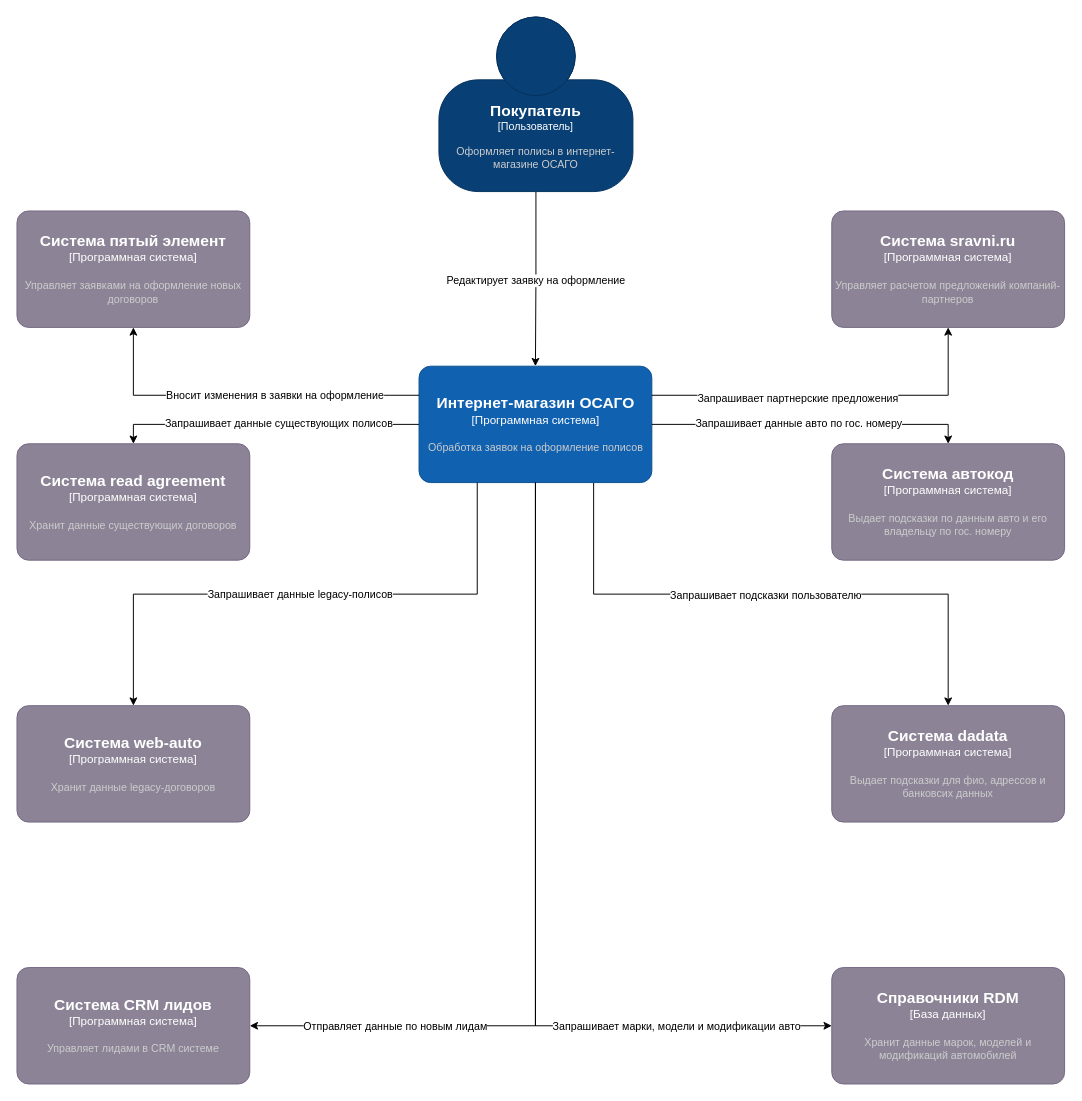
Earlier version of the draw.io diagram health/ИМ ОСАГО диаграмма контекста.drawio (akimsavvin/drawio). Source tidied: cells renumbered, new cells numbered last; positions are measured from the earlier drawing's top-left corner, leaving out a move shared by most shapes. Both pictures are drawn from the tidied source at 97%, with x=0, y=0 at pixel (16, 16).
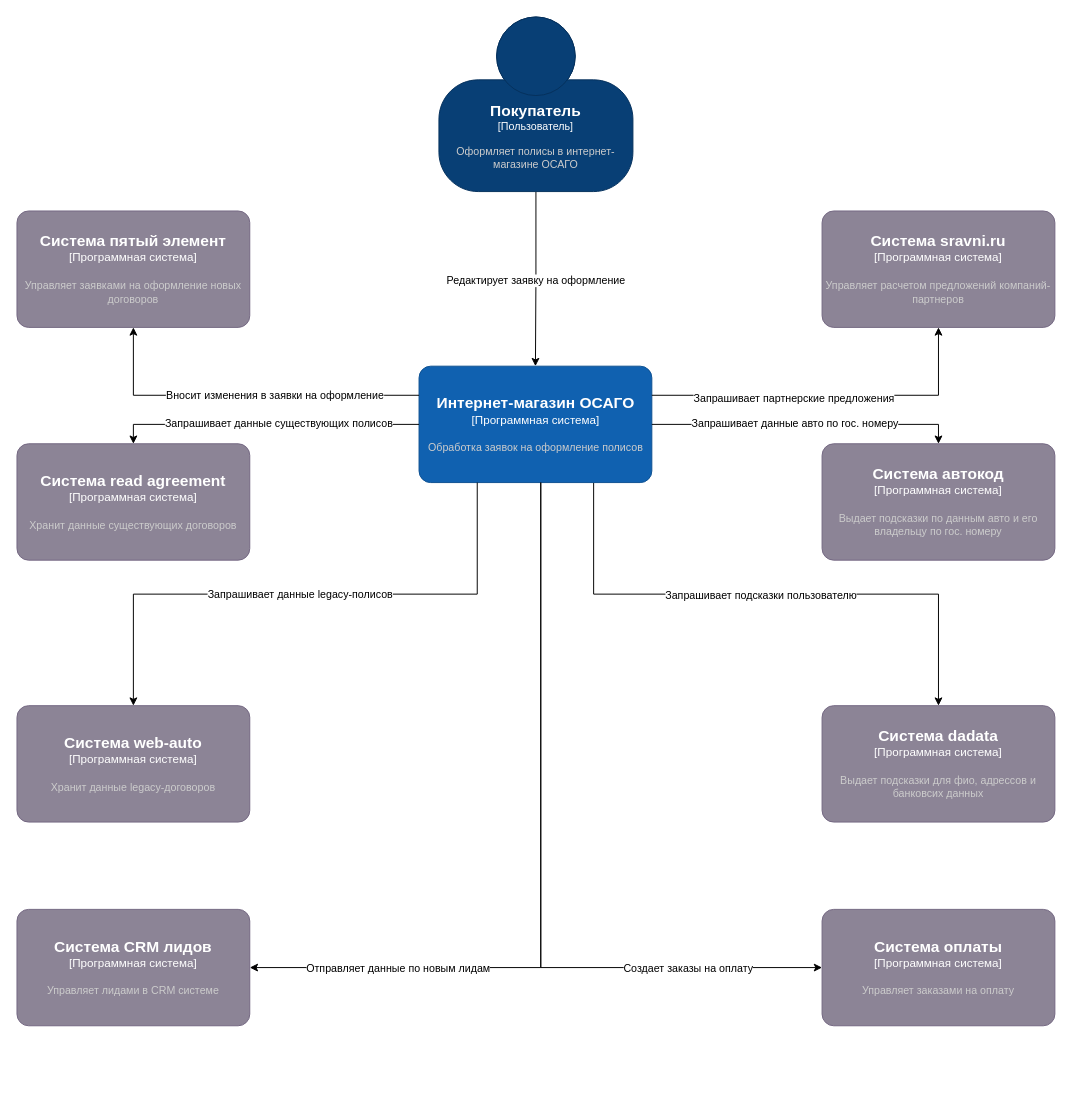
Above is the later version.

The change refers to these unchanged cells:
```xml
<object id="7" label="&lt;font style=&quot;font-size: 16px&quot;&gt;&lt;b&gt;%c4Name%&lt;/b&gt;&lt;/font&gt;&lt;div&gt;[%c4Type%]&lt;/div&gt;&lt;br&gt;&lt;div&gt;&lt;font style=&quot;font-size: 11px&quot;&gt;&lt;font color=&quot;#cccccc&quot;&gt;%c4Description%&lt;/font&gt;&lt;/div&gt;" c4Description="Обработка заявок на оформление полисов" c4Name="Интернет-магазин ОСАГО" c4Type="Программная система" placeholders="1">
  <mxCell style="rounded=1;whiteSpace=wrap;html=1;labelBackgroundColor=none;fillColor=#1061B0;fontColor=#ffffff;align=center;arcSize=10;strokeColor=#0D5091;points=[[0.25,0,0],[0.5,0,0],[0.75,0,0],[1,0.25,0],[1,0.5,0],[1,0.75,0],[0.75,1,0],[0.5,1,0],[0.25,1,0],[0,0.75,0],[0,0.5,0],[0,0.25,0]];" parent="1" vertex="1">
    <mxGeometry x="414.5" y="360" width="240" height="120" as="geometry" />
  </mxCell>
</object>
```

The edit, as a diff of the source:
```diff
@@
     <object id="9" label="&lt;font style=&quot;font-size: 16px&quot;&gt;&lt;b&gt;%c4Name%&lt;/b&gt;&lt;/font&gt;&lt;div&gt;[%c4Type%]&lt;/div&gt;&lt;br&gt;&lt;div&gt;&lt;font style=&quot;font-size: 11px&quot;&gt;&lt;font color=&quot;#cccccc&quot;&gt;%c4Description%&lt;/font&gt;&lt;/div&gt;" c4Description="Управляет расчетом предложений компаний-партнеров" c4Name="Система sravni.ru" c4Type="Программная система" placeholders="1">
       <mxCell style="rounded=1;whiteSpace=wrap;html=1;labelBackgroundColor=none;fillColor=#8C8496;fontColor=#ffffff;align=center;arcSize=10;strokeColor=#736782;points=[[0.25,0,0],[0.5,0,0],[0.75,0,0],[1,0.25,0],[1,0.5,0],[1,0.75,0],[0.75,1,0],[0.5,1,0],[0.25,1,0],[0,0.75,0],[0,0.5,0],[0,0.25,0]];" parent="1" vertex="1">
-        <mxGeometry x="840" y="200" width="240" height="120" as="geometry" />
+        <mxGeometry x="830" y="200" width="240" height="120" as="geometry" />
       </mxCell>
     </object>
@@
     <object id="11" label="&lt;font style=&quot;font-size: 16px&quot;&gt;&lt;b&gt;%c4Name%&lt;/b&gt;&lt;/font&gt;&lt;div&gt;[%c4Type%]&lt;/div&gt;&lt;br&gt;&lt;div&gt;&lt;font style=&quot;font-size: 11px&quot;&gt;&lt;font color=&quot;#cccccc&quot;&gt;%c4Description%&lt;/font&gt;&lt;/div&gt;" c4Description="Управляет лидами в CRM системе" c4Name="Система CRM лидов" c4Type="Программная система" placeholders="1">
       <mxCell style="rounded=1;whiteSpace=wrap;html=1;labelBackgroundColor=none;fillColor=#8C8496;fontColor=#ffffff;align=center;arcSize=10;strokeColor=#736782;points=[[0.25,0,0],[0.5,0,0],[0.75,0,0],[1,0.25,0],[1,0.5,0],[1,0.75,0],[0.75,1,0],[0.5,1,0],[0.25,1,0],[0,0.75,0],[0,0.5,0],[0,0.25,0]];" parent="1" vertex="1">
-        <mxGeometry y="980" width="240" height="120" as="geometry" />
+        <mxGeometry y="920" width="240" height="120" as="geometry" />
       </mxCell>
     </object>
@@
     <object id="13" label="&lt;font style=&quot;font-size: 16px&quot;&gt;&lt;b&gt;%c4Name%&lt;/b&gt;&lt;/font&gt;&lt;div&gt;[%c4Type%]&lt;/div&gt;&lt;br&gt;&lt;div&gt;&lt;font style=&quot;font-size: 11px&quot;&gt;&lt;font color=&quot;#cccccc&quot;&gt;%c4Description%&lt;/font&gt;&lt;/div&gt;" c4Description="Выдает подсказки для фио, адрессов и банковсих данных" c4Name="Система dadata" c4Type="Программная система" placeholders="1">
       <mxCell style="rounded=1;whiteSpace=wrap;html=1;labelBackgroundColor=none;fillColor=#8C8496;fontColor=#ffffff;align=center;arcSize=10;strokeColor=#736782;points=[[0.25,0,0],[0.5,0,0],[0.75,0,0],[1,0.25,0],[1,0.5,0],[1,0.75,0],[0.75,1,0],[0.5,1,0],[0.25,1,0],[0,0.75,0],[0,0.5,0],[0,0.25,0]];" parent="1" vertex="1">
-        <mxGeometry x="840" y="710" width="240" height="120" as="geometry" />
+        <mxGeometry x="830" y="710" width="240" height="120" as="geometry" />
       </mxCell>
     </object>
     <object id="14" label="&lt;font style=&quot;font-size: 16px&quot;&gt;&lt;b&gt;%c4Name%&lt;/b&gt;&lt;/font&gt;&lt;div&gt;[%c4Type%]&lt;/div&gt;&lt;br&gt;&lt;div&gt;&lt;font style=&quot;font-size: 11px&quot;&gt;&lt;font color=&quot;#cccccc&quot;&gt;%c4Description%&lt;/font&gt;&lt;/div&gt;" c4Description="Выдает подсказки по данным авто и его владельцу по гос. номеру" c4Name="Система автокод" c4Type="Программная система" placeholders="1">
       <mxCell style="rounded=1;whiteSpace=wrap;html=1;labelBackgroundColor=none;fillColor=#8C8496;fontColor=#ffffff;align=center;arcSize=10;strokeColor=#736782;points=[[0.25,0,0],[0.5,0,0],[0.75,0,0],[1,0.25,0],[1,0.5,0],[1,0.75,0],[0.75,1,0],[0.5,1,0],[0.25,1,0],[0,0.75,0],[0,0.5,0],[0,0.25,0]];" parent="1" vertex="1">
-        <mxGeometry x="840" y="440" width="240" height="120" as="geometry" />
+        <mxGeometry x="830" y="440" width="240" height="120" as="geometry" />
       </mxCell>
     </object>
@@
-    <mxCell id="21" style="edgeStyle=orthogonalEdgeStyle;rounded=0;orthogonalLoop=1;jettySize=auto;html=1;entryX=0.5;entryY=0;entryDx=0;entryDy=0;entryPerimeter=0;" parent="1" edge="1">
-      <mxGeometry relative="1" as="geometry">
-        <mxPoint x="534.5" y="480" as="sourcePoint" />
-        <mxPoint x="240" y="1040" as="targetPoint" />
-        <Array as="points">
-          <mxPoint x="535" y="1040" />
-        </Array>
-      </mxGeometry>
-    </mxCell>
-    <mxCell id="22" value="Отправляет данные по новым лидам" style="edgeLabel;html=1;align=center;verticalAlign=middle;" parent="21" vertex="1">
-      <mxGeometry x="-0.01" y="-2" relative="1" as="geometry">
-        <mxPoint x="-143" y="137" as="offset" />
-      </mxGeometry>
-    </mxCell>
@@
-    <object id="27" label="&lt;font style=&quot;font-size: 16px&quot;&gt;&lt;b&gt;%c4Name%&lt;/b&gt;&lt;/font&gt;&lt;div&gt;[%c4Type%]&lt;/div&gt;&lt;br&gt;&lt;div&gt;&lt;font style=&quot;font-size: 11px&quot;&gt;&lt;font color=&quot;#cccccc&quot;&gt;%c4Description%&lt;/font&gt;&lt;/div&gt;" c4Description="Хранит данные марок, моделей и модификаций автомобилей" c4Name="Справочники RDM" c4Type="База данных" placeholders="1">
+    <object id="27" label="&lt;font style=&quot;font-size: 16px&quot;&gt;&lt;b&gt;%c4Name%&lt;/b&gt;&lt;/font&gt;&lt;div&gt;[%c4Type%]&lt;/div&gt;&lt;br&gt;&lt;div&gt;&lt;font style=&quot;font-size: 11px&quot;&gt;&lt;font color=&quot;#cccccc&quot;&gt;%c4Description%&lt;/font&gt;&lt;/div&gt;" c4Description="Управляет заказами на оплату" c4Name="Система оплаты" c4Type="Программная система" placeholders="1">
       <mxCell style="rounded=1;whiteSpace=wrap;html=1;labelBackgroundColor=none;fillColor=#8C8496;fontColor=#ffffff;align=center;arcSize=10;strokeColor=#736782;points=[[0.25,0,0],[0.5,0,0],[0.75,0,0],[1,0.25,0],[1,0.5,0],[1,0.75,0],[0.75,1,0],[0.5,1,0],[0.25,1,0],[0,0.75,0],[0,0.5,0],[0,0.25,0]];" parent="1" vertex="1">
-        <mxGeometry x="840" y="980" width="240" height="120" as="geometry" />
+        <mxGeometry x="830" y="920" width="240" height="120" as="geometry" />
       </mxCell>
     </object>
+    <mxCell id="30" style="edgeStyle=orthogonalEdgeStyle;rounded=0;jettySize=auto;html=1;entryX=1;entryY=0.5;entryDx=0;entryDy=0;entryPerimeter=0;" parent="1" edge="1" source="7" target="11">
+      <mxGeometry relative="1" as="geometry">
+        <Array as="points">
+          <mxPoint x="540" y="980" />
+        </Array>
+      </mxGeometry>
+    </mxCell>
+    <mxCell id="22" value="Отправляет данные по новым лидам" style="edgeLabel;html=1;align=center;verticalAlign=middle;" parent="30" vertex="1">
+      <mxGeometry x="0.73" y="-1" relative="1" as="geometry">
+        <mxPoint x="44" y="1" as="offset" />
+      </mxGeometry>
+    </mxCell>
-    <mxCell id="28" style="edgeStyle=orthogonalEdgeStyle;rounded=0;jettySize=auto;html=1;exitX=0.5;exitY=1;exitDx=0;exitDy=0;exitPerimeter=0;entryX=0;entryY=0.5;entryDx=0;entryDy=0;entryPerimeter=0;" parent="1" edge="1" source="7" target="27">
-      <mxGeometry relative="1" as="geometry" />
+    <mxCell id="28" style="edgeStyle=orthogonalEdgeStyle;rounded=0;jettySize=auto;html=1;entryX=0;entryY=0.5;entryDx=0;entryDy=0;entryPerimeter=0;" parent="1" edge="1" source="7" target="27">
+      <mxGeometry relative="1" as="geometry">
+        <Array as="points">
+          <mxPoint x="540" y="980" />
+        </Array>
+      </mxGeometry>
     </mxCell>
-    <mxCell id="29" value="Запрашивает марки, модели и модификации авто" style="edgeLabel;html=1;align=center;verticalAlign=middle;" parent="28" vertex="1">
-      <mxGeometry x="0.61" relative="1" as="geometry">
-        <mxPoint x="8" as="offset" />
-      </mxGeometry>
-    </mxCell>
+    <mxCell id="31" value="Создает заказы на оплату" style="edgeLabel;html=1;align=center;verticalAlign=middle;" parent="28" vertex="1">
+      <mxGeometry x="0.52" y="-3" relative="1" as="geometry">
+        <mxPoint x="51" y="-3" as="offset" />
+      </mxGeometry>
+    </mxCell>
```
